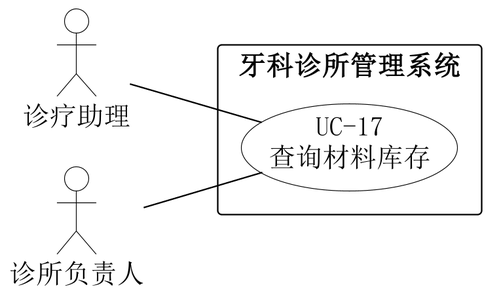
Before: 01-需求文档/diagrams/07-17-system-use-case.png, a diagram exported from PlantUML (Shawmc-creator/systemAnalyseAndDesign).
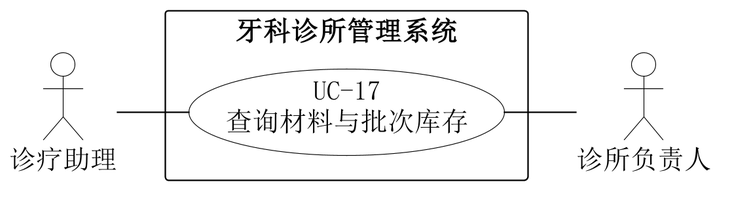
After the change.

Change to the diagram source:
```diff
@@ -5,8 +5,8 @@
 skinparam defaultFontSize 18
 skinparam dpi 220
 skinparam ArrowColor black
-skinparam nodesep 24
-skinparam ranksep 65
+skinparam nodesep 22
+skinparam ranksep 48
 skinparam actor {
  BorderColor black
  BackgroundColor white
@@ -23,9 +23,9 @@
 actor "诊疗助理" as A0
 actor "诊所负责人" as A1
 rectangle "牙科诊所管理系统" {
- usecase "UC-17\n查询材料库存" as U
+ usecase "UC-17\n查询材料与批次库存" as U
 }
 A0 -- U
-A1 -- U
+U -- A1
 
 @enduml
```
